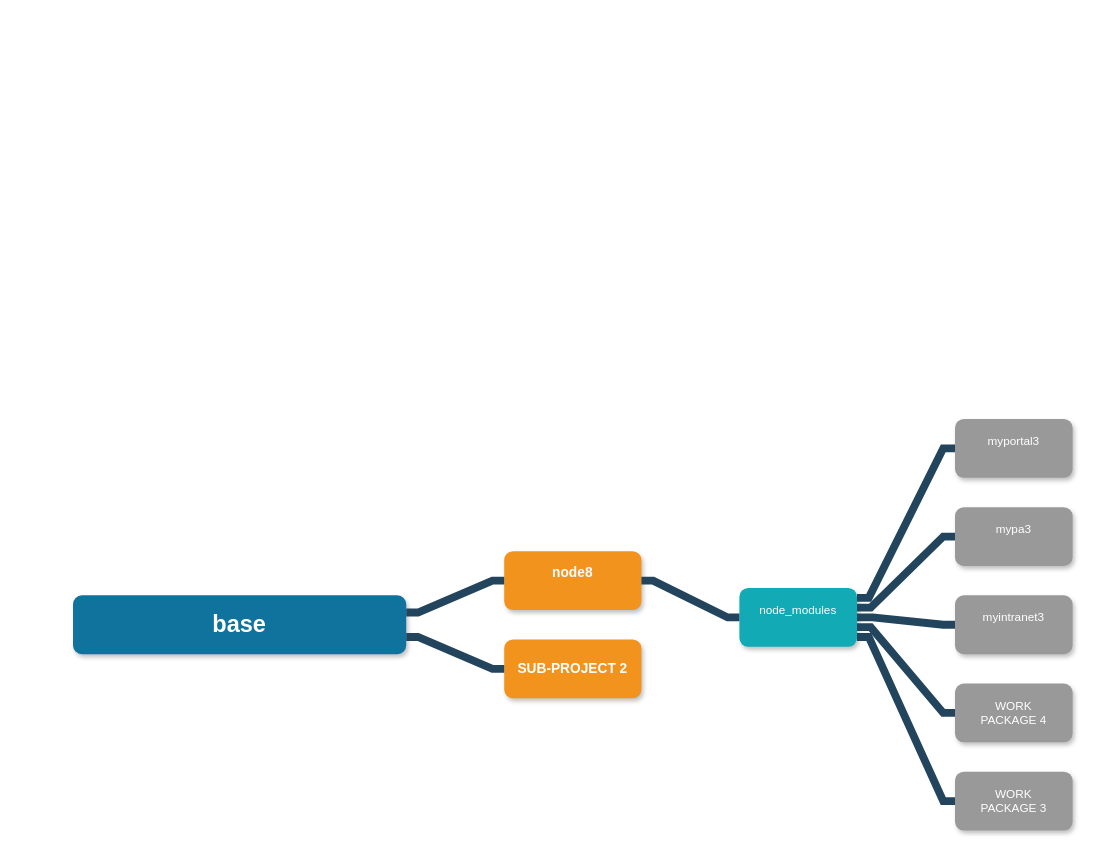
This is Untitled Diagram.drawio from andpra70/drawings, a draw.io file, before an edit. Source tidied: cells renumbered, new cells numbered last; positions are measured from the earlier drawing's top-left corner, leaving out a move shared by most shapes. Both pictures are drawn from the tidied source at 98%, with x=0, y=0 at pixel (73, 418).
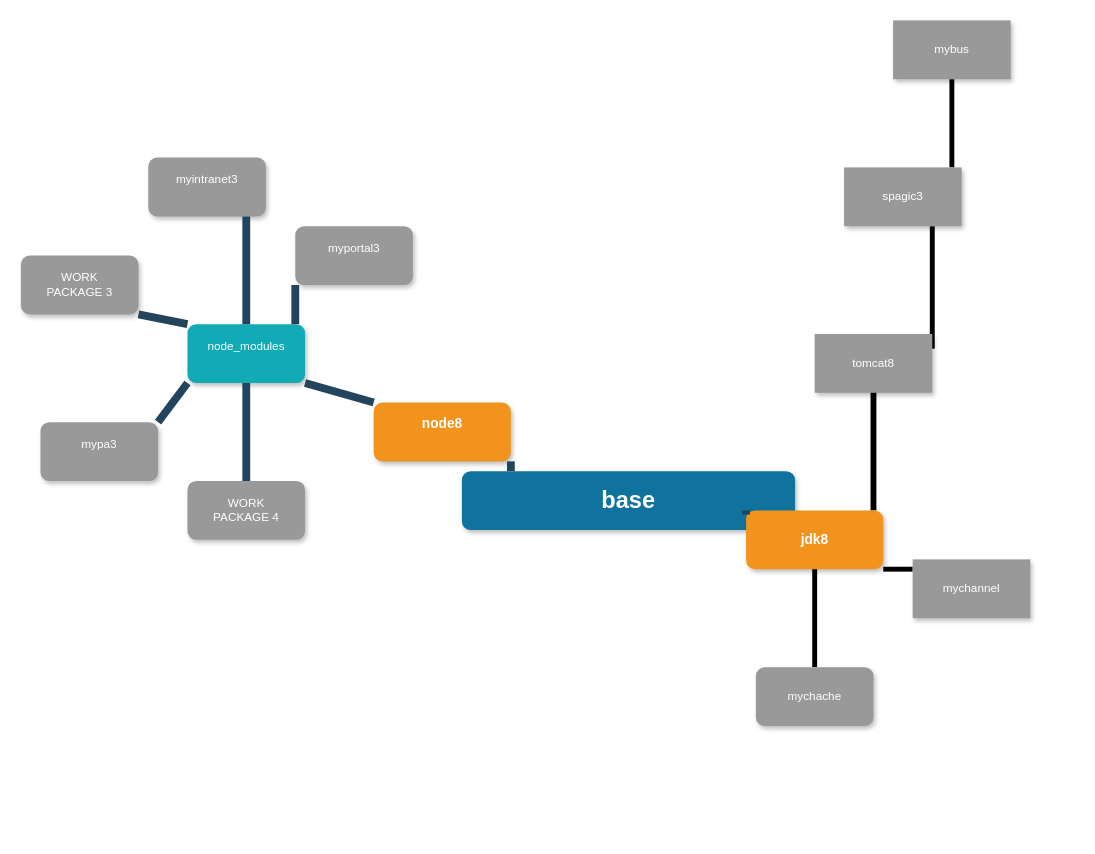
The same page after the edit.

Change to the diagram source:
```diff
@@
     <mxCell id="2" value="base" style="whiteSpace=wrap;rounded=1;shadow=1;fillColor=#10739E;strokeColor=none;fontColor=#FFFFFF;fontStyle=1;fontSize=24;" parent="1" vertex="1">
-      <mxGeometry y="180" width="340" height="60" as="geometry" />
+      <mxGeometry x="396.8" y="53.3" width="340" height="60" as="geometry" />
     </mxCell>
     <mxCell id="3" value="node8&#10;" style="whiteSpace=wrap;rounded=1;fillColor=#F2931E;strokeColor=none;shadow=1;fontColor=#FFFFFF;fontStyle=1;fontSize=14;" parent="1" vertex="1">
-      <mxGeometry x="440" y="135" width="140" height="60" as="geometry" />
+      <mxGeometry x="306.8" y="-16.7" width="140" height="60" as="geometry" />
     </mxCell>
+    <mxCell id="19" style="edgeStyle=orthogonalEdgeStyle;rounded=0;jettySize=auto;html=1;entryX=0.5;entryY=0;entryDx=0;entryDy=0;strokeWidth=6;noEdgeStyle=1;orthogonal=1;" parent="1" edge="1" source="4" target="28">
+      <mxGeometry relative="1" as="geometry" />
+    </mxCell>
-    <mxCell id="4" value="SUB-PROJECT 2" style="whiteSpace=wrap;rounded=1;fillColor=#F2931E;strokeColor=none;shadow=1;fontColor=#FFFFFF;fontStyle=1;fontSize=14;" parent="1" vertex="1">
-      <mxGeometry x="440" y="225" width="140" height="60" as="geometry" />
+    <mxCell id="4" value="jdk8" style="whiteSpace=wrap;rounded=1;fillColor=#F2931E;strokeColor=none;shadow=1;fontColor=#FFFFFF;fontStyle=1;fontSize=14;" parent="1" vertex="1">
+      <mxGeometry x="686.8" y="93.3" width="140" height="60" as="geometry" />
     </mxCell>
     <mxCell id="5" value="node_modules&#10;" style="whiteSpace=wrap;rounded=1;fillColor=#12AAB5;strokeColor=none;shadow=1;fontColor=#FFFFFF;" parent="1" vertex="1">
-      <mxGeometry x="680" y="172.5" width="120" height="60" as="geometry" />
+      <mxGeometry x="116.8" y="-96.7" width="120" height="60" as="geometry" />
     </mxCell>
     <mxCell id="6" value="myportal3&#10;" style="whiteSpace=wrap;rounded=1;fillColor=#999999;strokeColor=none;shadow=1;fontColor=#FFFFFF;fontStyle=0;" parent="1" vertex="1">
-      <mxGeometry x="900" width="120" height="60" as="geometry" />
+      <mxGeometry x="226.8" y="-196.7" width="120" height="60" as="geometry" />
     </mxCell>
     <mxCell id="7" value="mypa3&#10;" style="whiteSpace=wrap;rounded=1;fillColor=#999999;strokeColor=none;shadow=1;fontColor=#FFFFFF;fontStyle=0;" parent="1" vertex="1">
-      <mxGeometry x="900" y="90" width="120" height="60" as="geometry" />
+      <mxGeometry x="-33.2" y="3.3" width="120" height="60" as="geometry" />
     </mxCell>
     <mxCell id="8" value="WORK&#10;PACKAGE 3" style="whiteSpace=wrap;rounded=1;fillColor=#999999;strokeColor=none;shadow=1;fontColor=#FFFFFF;fontStyle=0;" parent="1" vertex="1">
-      <mxGeometry x="900" y="360" width="120" height="60" as="geometry" />
+      <mxGeometry x="-53.2" y="-166.7" width="120" height="60" as="geometry" />
     </mxCell>
     <mxCell id="9" value="WORK&#10;PACKAGE 4" style="whiteSpace=wrap;rounded=1;fillColor=#999999;strokeColor=none;shadow=1;fontColor=#FFFFFF;fontStyle=0;" parent="1" vertex="1">
-      <mxGeometry x="900" y="270" width="120" height="60" as="geometry" />
+      <mxGeometry x="116.8" y="63.3" width="120" height="60" as="geometry" />
     </mxCell>
     <mxCell id="10" value="myintranet3&#10;" style="whiteSpace=wrap;rounded=1;fillColor=#999999;strokeColor=none;shadow=1;fontColor=#FFFFFF;fontStyle=0;" parent="1" vertex="1">
-      <mxGeometry x="900" y="180" width="120" height="60" as="geometry" />
+      <mxGeometry x="76.8" y="-266.7" width="120" height="60" as="geometry" />
     </mxCell>
     <mxCell id="11" style="edgeStyle=elbowEdgeStyle;elbow=vertical;rounded=0;fontColor=#000000;endArrow=none;endFill=0;strokeWidth=8;strokeColor=#23445D;noEdgeStyle=1;orthogonal=1;" parent="1" edge="1" source="3" target="5">
-      <mxGeometry relative="1" as="geometry">
-        <Array as="points">
-          <mxPoint x="592" y="165" />
-          <mxPoint x="668" y="202.5" />
-        </Array>
-      </mxGeometry>
+      <mxGeometry relative="1" as="geometry" />
     </mxCell>
     <mxCell id="12" style="edgeStyle=elbowEdgeStyle;elbow=horizontal;rounded=0;fontColor=#000000;endArrow=none;endFill=0;strokeWidth=8;strokeColor=#23445D;noEdgeStyle=1;orthogonal=1;" parent="1" edge="1" source="5" target="6">
-      <mxGeometry relative="1" as="geometry">
-        <Array as="points">
-          <mxPoint x="812" y="182.5" />
-          <mxPoint x="888" y="30" />
-        </Array>
-      </mxGeometry>
+      <mxGeometry relative="1" as="geometry" />
     </mxCell>
     <mxCell id="13" style="edgeStyle=elbowEdgeStyle;elbow=horizontal;rounded=0;fontColor=#000000;endArrow=none;endFill=0;strokeWidth=8;strokeColor=#23445D;noEdgeStyle=1;orthogonal=1;" parent="1" edge="1" source="5" target="7">
-      <mxGeometry relative="1" as="geometry">
-        <Array as="points">
-          <mxPoint x="814" y="192.5" />
-          <mxPoint x="888" y="120" />
-        </Array>
-      </mxGeometry>
+      <mxGeometry relative="1" as="geometry" />
     </mxCell>
     <mxCell id="14" style="edgeStyle=elbowEdgeStyle;elbow=horizontal;rounded=0;fontColor=#000000;endArrow=none;endFill=0;strokeWidth=8;strokeColor=#23445D;noEdgeStyle=1;orthogonal=1;" parent="1" edge="1" source="5" target="10">
-      <mxGeometry relative="1" as="geometry">
-        <Array as="points">
-          <mxPoint x="816" y="202.5" />
-          <mxPoint x="888" y="210" />
-        </Array>
-      </mxGeometry>
+      <mxGeometry relative="1" as="geometry" />
     </mxCell>
     <mxCell id="15" style="edgeStyle=elbowEdgeStyle;elbow=horizontal;rounded=0;fontColor=#000000;endArrow=none;endFill=0;strokeWidth=8;strokeColor=#23445D;noEdgeStyle=1;orthogonal=1;" parent="1" edge="1" source="5" target="9">
-      <mxGeometry relative="1" as="geometry">
-        <Array as="points">
-          <mxPoint x="814" y="212.5" />
-          <mxPoint x="888" y="300" />
-        </Array>
-      </mxGeometry>
+      <mxGeometry relative="1" as="geometry" />
     </mxCell>
     <mxCell id="16" style="edgeStyle=elbowEdgeStyle;elbow=horizontal;rounded=0;fontColor=#000000;endArrow=none;endFill=0;strokeWidth=8;strokeColor=#23445D;noEdgeStyle=1;orthogonal=1;" parent="1" edge="1" source="5" target="8">
-      <mxGeometry relative="1" as="geometry">
-        <Array as="points">
-          <mxPoint x="812" y="222.5" />
-          <mxPoint x="888" y="390" />
-        </Array>
-      </mxGeometry>
+      <mxGeometry relative="1" as="geometry" />
     </mxCell>
     <mxCell id="17" style="edgeStyle=elbowEdgeStyle;elbow=vertical;rounded=0;fontColor=#000000;endArrow=none;endFill=0;strokeWidth=8;strokeColor=#23445D;noEdgeStyle=1;orthogonal=1;" parent="1" edge="1" source="2" target="3">
-      <mxGeometry relative="1" as="geometry">
-        <Array as="points">
-          <mxPoint x="352" y="197.5" />
-          <mxPoint x="428" y="165" />
-        </Array>
-      </mxGeometry>
+      <mxGeometry relative="1" as="geometry" />
     </mxCell>
     <mxCell id="18" style="edgeStyle=elbowEdgeStyle;elbow=vertical;rounded=0;fontColor=#000000;endArrow=none;endFill=0;strokeWidth=8;strokeColor=#23445D;noEdgeStyle=1;orthogonal=1;" parent="1" edge="1" source="2" target="4">
-      <mxGeometry relative="1" as="geometry">
-        <Array as="points">
-          <mxPoint x="352" y="222.5" />
-          <mxPoint x="428" y="255" />
-        </Array>
-      </mxGeometry>
+      <mxGeometry relative="1" as="geometry" />
     </mxCell>
+    <mxCell id="20" style="edgeStyle=orthogonalEdgeStyle;rounded=0;jettySize=auto;html=1;endArrow=none;endFill=0;strokeWidth=5;noEdgeStyle=1;orthogonal=1;" parent="1" edge="1" source="21" target="4">
+      <mxGeometry relative="1" as="geometry" />
+    </mxCell>
+    <mxCell id="21" value="mychannel" style="whiteSpace=wrap;rounded=1;fillColor=#999999;strokeColor=none;shadow=1;fontColor=#FFFFFF;fontStyle=0;arcSize=0;" parent="1" vertex="1">
+      <mxGeometry x="856.8" y="143.3" width="120" height="60" as="geometry" />
+    </mxCell>
+    <mxCell id="22" style="edgeStyle=orthogonalEdgeStyle;rounded=0;jettySize=auto;html=1;endArrow=none;endFill=0;strokeWidth=5;noEdgeStyle=1;orthogonal=1;" parent="1" edge="1" source="23" target="4">
+      <mxGeometry relative="1" as="geometry" />
+    </mxCell>
+    <mxCell id="23" value="mychache" style="whiteSpace=wrap;rounded=1;fillColor=#999999;strokeColor=none;shadow=1;fontColor=#FFFFFF;fontStyle=0;" parent="1" vertex="1">
+      <mxGeometry x="696.8" y="253.3" width="120" height="60" as="geometry" />
+    </mxCell>
+    <mxCell id="24" style="edgeStyle=orthogonalEdgeStyle;rounded=0;jettySize=auto;html=1;endArrow=none;endFill=0;strokeWidth=5;noEdgeStyle=1;orthogonal=1;" parent="1" edge="1" source="25" target="27">
+      <mxGeometry relative="1" as="geometry" />
+    </mxCell>
+    <mxCell id="25" value="mybus" style="whiteSpace=wrap;rounded=1;fillColor=#999999;strokeColor=none;shadow=1;fontColor=#FFFFFF;fontStyle=0;arcSize=0;" parent="1" vertex="1">
+      <mxGeometry x="836.8" y="-406.7" width="120" height="60" as="geometry" />
+    </mxCell>
+    <mxCell id="26" style="edgeStyle=orthogonalEdgeStyle;rounded=0;jettySize=auto;html=1;entryX=1;entryY=0.25;entryDx=0;entryDy=0;endArrow=none;endFill=0;strokeWidth=5;noEdgeStyle=1;orthogonal=1;" parent="1" edge="1" source="27" target="28">
+      <mxGeometry relative="1" as="geometry" />
+    </mxCell>
+    <mxCell id="27" value="spagic3" style="whiteSpace=wrap;rounded=1;fillColor=#999999;strokeColor=none;shadow=1;fontColor=#FFFFFF;fontStyle=0;arcSize=0;" parent="1" vertex="1">
+      <mxGeometry x="786.8" y="-256.7" width="120" height="60" as="geometry" />
+    </mxCell>
+    <mxCell id="28" value="tomcat8" style="whiteSpace=wrap;rounded=1;fillColor=#999999;strokeColor=none;shadow=1;fontColor=#FFFFFF;fontStyle=0;arcSize=0;" parent="1" vertex="1">
+      <mxGeometry x="756.8" y="-86.7" width="120" height="60" as="geometry" />
+    </mxCell>
```
